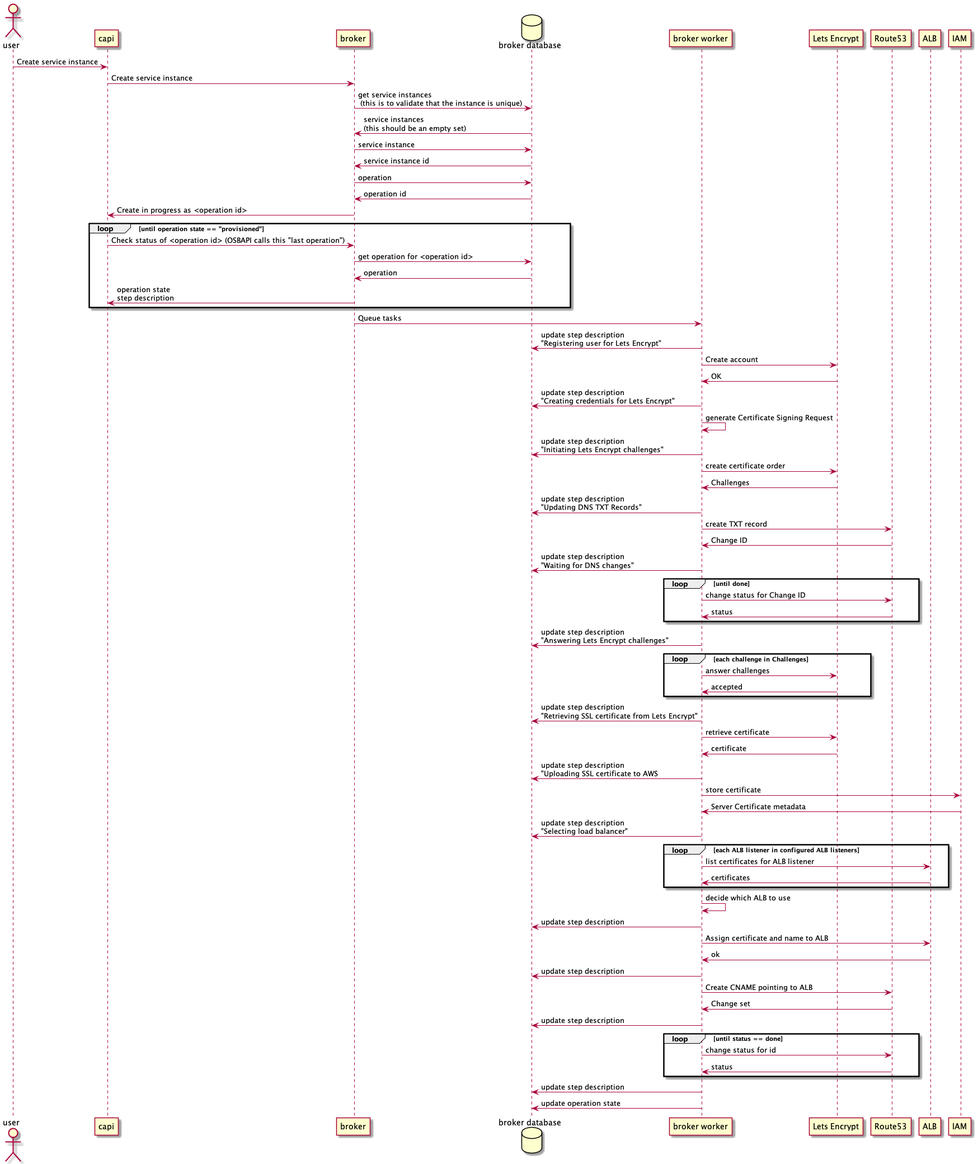
This is docs/diagrams/alb-provision.png from cloud-gov/external-domain-broker, a PlantUML export, as it was before one commit. Its diagram source:
```plantuml
@startuml
actor user
participant capi
participant broker
database "broker database" as db
participant "broker worker" as worker
participant "Lets Encrypt" as le
participant Route53
participant ALB
participant IAM

user -> capi : Create service instance
capi -> broker : Create service instance
broker -> db : get service instances\n (this is to validate that the instance is unique)
broker <- db : service instances\n(this should be an empty set)
broker -> db : service instance
db -> broker : service instance id
broker -> db : operation
broker <- db : operation id
broker -> capi : Create in progress as <operation id>

loop until operation state == "provisioned"
    capi -> broker : Check status of <operation id> (OSBAPI calls this "last operation")
    broker -> db : get operation for <operation id>
    db -> broker : operation
    broker -> capi : operation state\nstep description
end

broker -> worker : Queue tasks
worker -> db : update step description\n"Registering user for Lets Encrypt"
worker -> le : Create account
le -> worker : OK

worker -> db : update step description\n"Creating credentials for Lets Encrypt"
worker -> worker : generate Certificate Signing Request

worker -> db : update step description\n"Initiating Lets Encrypt challenges"
worker -> le : create certificate order
le -> worker : Challenges

worker -> db : update step description\n"Updating DNS TXT Records"
worker -> Route53 : create TXT record
worker <- Route53 : Change ID
worker -> db : update step description\n"Waiting for DNS changes"
loop until done
    worker -> Route53 : change status for Change ID
    worker <- Route53 : status
end
worker -> db : update step description\n"Answering Lets Encrypt challenges"
loop each challenge in Challenges
    worker -> le : answer challenges
    worker <- le : accepted
end

worker -> db : update step description\n"Retrieving SSL certificate from Lets Encrypt"
worker -> le : retrieve certificate
worker <- le : certificate

worker -> db : update step description\n"Uploading SSL certificate to AWS
worker -> IAM : store certificate
worker <- IAM : Server Certificate metadata

worker -> db : update step description\n"Selecting load balancer"
loop each ALB listener in configured ALB listeners
    worker -> ALB : list certificates for ALB listener
    ALB -> worker : certificates
end
worker -> worker : decide which ALB to use

worker -> db : update step description
worker -> ALB : Assign certificate and name to ALB
worker <- ALB : ok

worker -> db : update step description
worker -> Route53 : Create CNAME pointing to ALB
worker <- Route53 : Change set

worker -> db : update step description
loop until status == done
    worker -> Route53 : change status for id
    worker <- Route53 : status
end
worker -> db : update step description
worker -> db : update operation state

@enduml
```
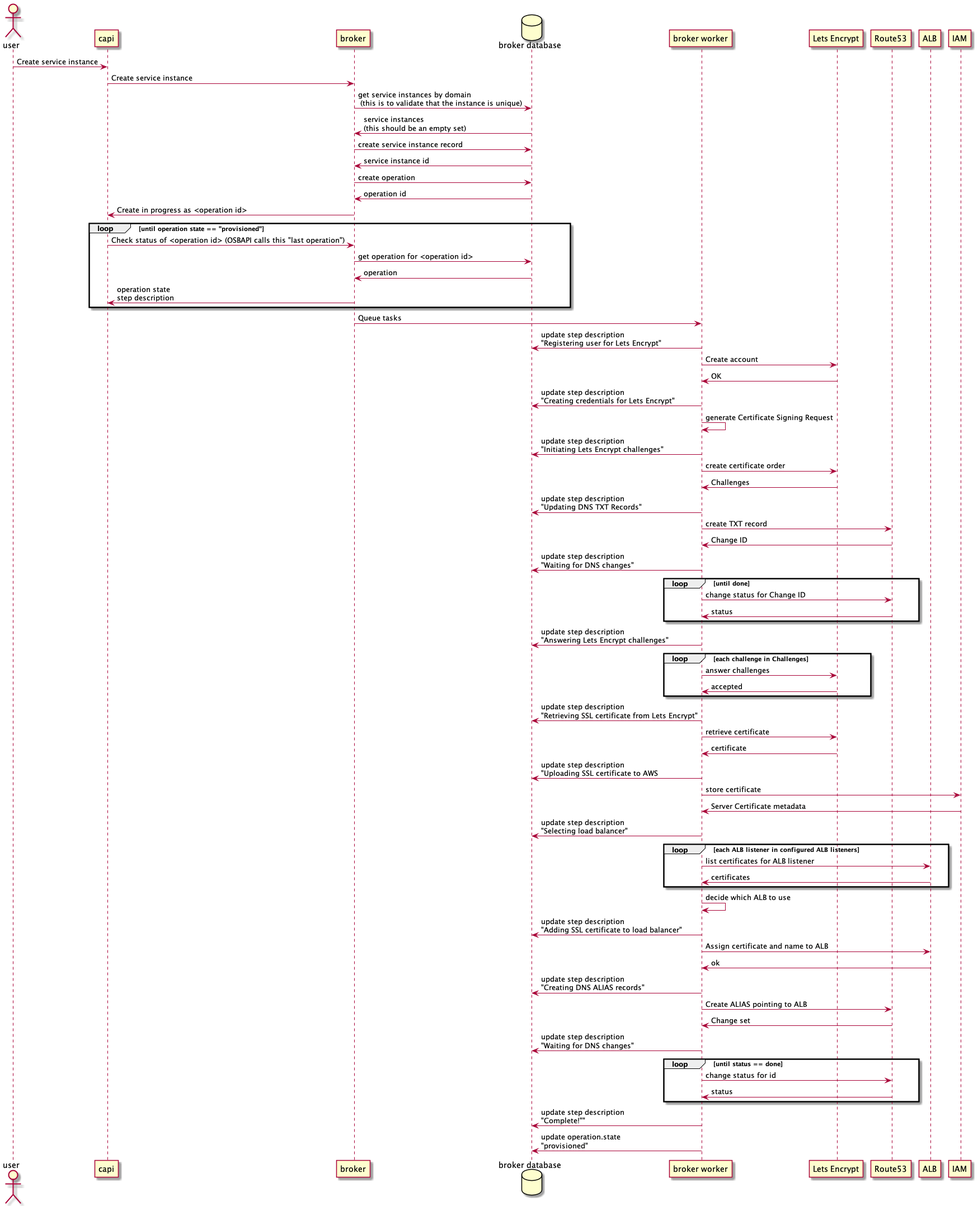
Above is the later version.

Commit message:
finish alb diagram

The edit, as a diff of the source:
```diff
@@ -11,11 +11,11 @@
 
 user -> capi : Create service instance
 capi -> broker : Create service instance
-broker -> db : get service instances\n (this is to validate that the instance is unique)
+broker -> db : get service instances by domain\n (this is to validate that the instance is unique)
 broker <- db : service instances\n(this should be an empty set)
-broker -> db : service instance
+broker -> db : create service instance record
 db -> broker : service instance id
-broker -> db : operation
+broker -> db : create operation
 broker <- db : operation id
 broker -> capi : Create in progress as <operation id>
 
@@ -67,20 +67,20 @@
 end
 worker -> worker : decide which ALB to use
 
-worker -> db : update step description
+worker -> db : update step description\n"Adding SSL certificate to load balancer"
 worker -> ALB : Assign certificate and name to ALB
 worker <- ALB : ok
 
-worker -> db : update step description
-worker -> Route53 : Create CNAME pointing to ALB
+worker -> db : update step description\n"Creating DNS ALIAS records"
+worker -> Route53 : Create ALIAS pointing to ALB
 worker <- Route53 : Change set
 
-worker -> db : update step description
+worker -> db : update step description\n"Waiting for DNS changes"
 loop until status == done
     worker -> Route53 : change status for id
     worker <- Route53 : status
 end
-worker -> db : update step description
-worker -> db : update operation state
+worker -> db : update step description\n"Complete!""
+worker -> db : update operation.state\n"provisioned"
 
 @enduml
```
